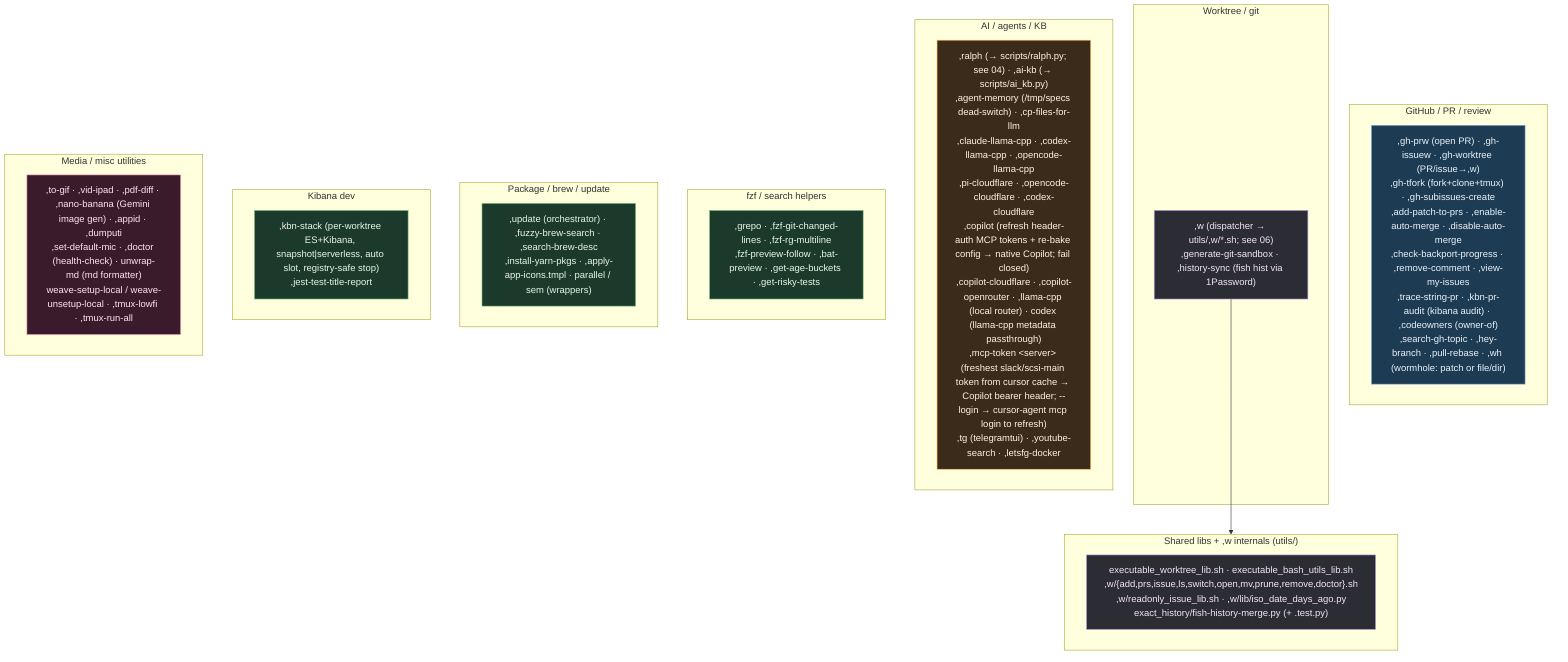
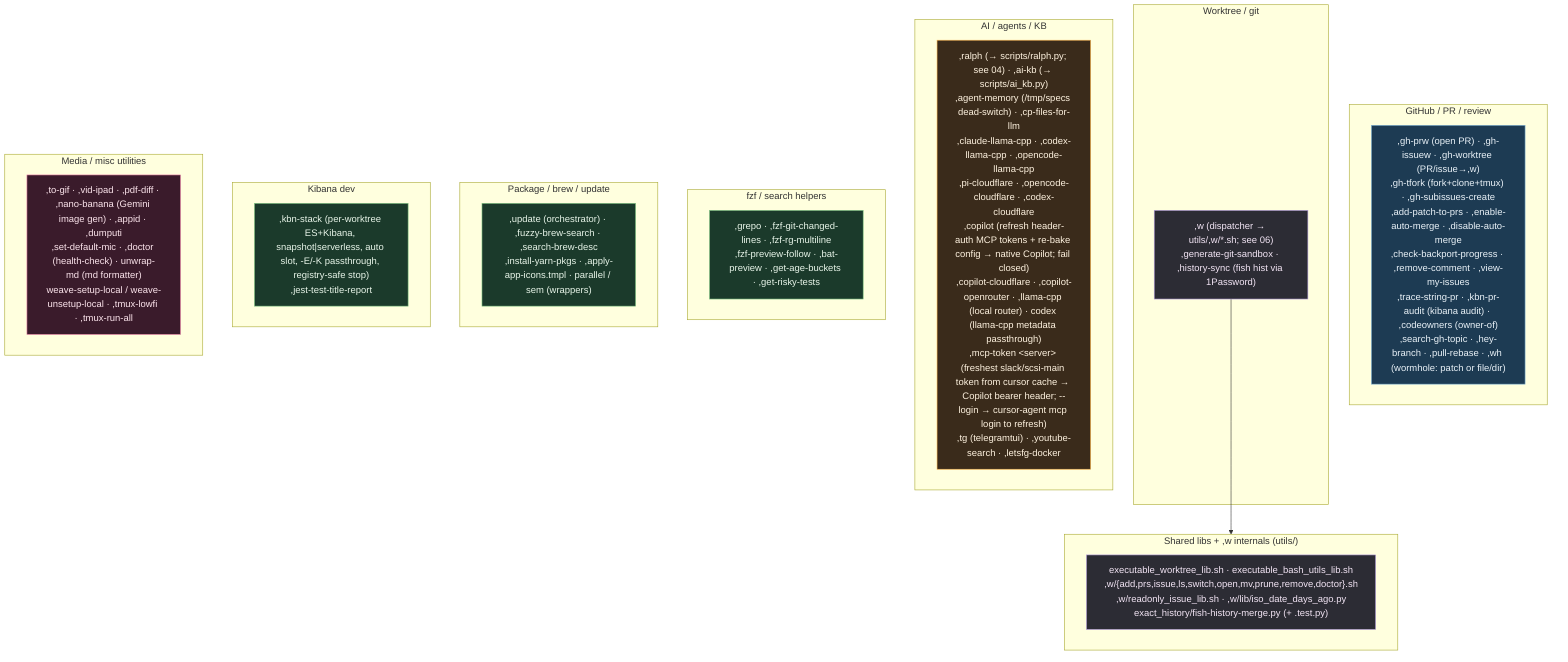
%% ============================================================================
%% 07c-bin-commands.mmd — Every script in home/exact_bin/ (86 incl. utils).
%% executable_,* → ~/bin/,* (comma-prefixed user commands). verify-bin-surface
%% keeps each command covered by fish completions, docs, and this catalog.
%% ============================================================================
flowchart TB
    classDef gh fill:#1d3b53,stroke:#7fb3d5,color:#eaf2f8;
    classDef wt fill:#2c2c34,stroke:#b39ddb,color:#f3e5f5;
    classDef ai fill:#3a2b1b,stroke:#ffb74d,color:#fff3e0;
    classDef media fill:#3a1b2b,stroke:#f48fb1,color:#fce4ec;
    classDef sys fill:#1b3a2b,stroke:#81c784,color:#e8f5e9;

    subgraph GHC["GitHub / PR / review"]
        G[",gh-prw (open PR) · ,gh-issuew · ,gh-worktree (PR/issue→,w)<br/>,gh-tfork (fork+clone+tmux) · ,gh-subissues-create<br/>,add-patch-to-prs · ,enable-auto-merge · ,disable-auto-merge<br/>,check-backport-progress · ,remove-comment · ,view-my-issues<br/>,trace-string-pr · ,kbn-pr-audit (kibana audit) · ,codeowners (owner-of)<br/>,search-gh-topic · ,hey-branch · ,pull-rebase · ,wh (wormhole: patch or file/dir)"]:::gh
    end

    subgraph WTC["Worktree / git"]
        W[",w (dispatcher → utils/,w/*.sh; see 06)<br/>,generate-git-sandbox · ,history-sync (fish hist via 1Password)"]:::wt
    end

    subgraph AIC["AI / agents / KB"]
        A[",ralph (→ scripts/ralph.py; see 04) · ,ai-kb (→ scripts/ai_kb.py)<br/>,agent-memory (/tmp/specs dead-switch) · ,cp-files-for-llm<br/>,claude-llama-cpp · ,codex-llama-cpp · ,opencode-llama-cpp<br/>,pi-cloudflare · ,opencode-cloudflare · ,codex-cloudflare<br/>,copilot (refresh header-auth MCP tokens + re-bake config → native Copilot; fail closed)<br/>,copilot-cloudflare · ,copilot-openrouter · ,llama-cpp (local router) · codex (llama-cpp metadata passthrough)<br/>,mcp-token &lt;server&gt; (freshest slack/scsi-main token from cursor cache → Copilot bearer header; --login → cursor-agent mcp login to refresh)<br/>,tg (telegramtui) · ,youtube-search · ,letsfg-docker"]:::ai
    end

    subgraph FZFC["fzf / search helpers"]
        F[",grepo · ,fzf-git-changed-lines · ,fzf-rg-multiline<br/>,fzf-preview-follow · ,bat-preview · ,get-age-buckets · ,get-risky-tests"]:::sys
    end

    subgraph PKGC["Package / brew / update"]
        P[",update (orchestrator) · ,fuzzy-brew-search · ,search-brew-desc<br/>,install-yarn-pkgs · ,apply-app-icons.tmpl · parallel / sem (wrappers)"]:::sys
    end

    subgraph KBNC["Kibana dev"]
-         K[",kbn-stack (per-worktree ES+Kibana, snapshot|serverless, auto slot, registry-safe stop)<br/>,jest-test-title-report"]:::sys
+         K[",kbn-stack (per-worktree ES+Kibana, snapshot|serverless, auto slot, -E/-K passthrough, registry-safe stop)<br/>,jest-test-title-report"]:::sys
    end

    subgraph MEDIA["Media / misc utilities"]
        M[",to-gif · ,vid-ipad · ,pdf-diff · ,nano-banana (Gemini image gen) · ,appid · ,dumputi<br/>,set-default-mic · ,doctor (health-check) · unwrap-md (md formatter)<br/>weave-setup-local / weave-unsetup-local · ,tmux-lowfi · ,tmux-run-all"]:::media
    end

    subgraph LIBS["Shared libs + ,w internals (utils/)"]
        L["executable_worktree_lib.sh · executable_bash_utils_lib.sh<br/>,w/{add,prs,issue,ls,switch,open,mv,prune,remove,doctor}.sh<br/>,w/readonly_issue_lib.sh · ,w/lib/iso_date_days_ago.py<br/>exact_history/fish-history-merge.py (+ .test.py)"]:::wt
    end
    W --> LIBS
